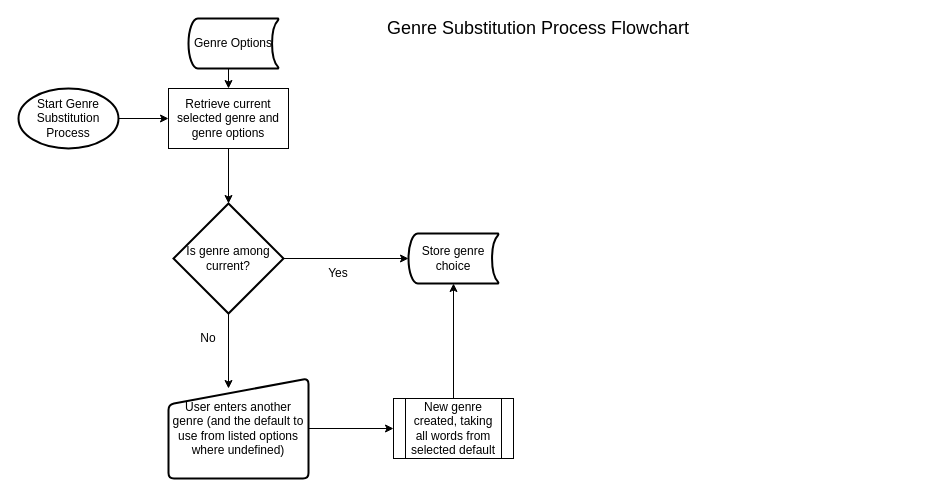
Earlier version of the draw.io diagram Phase2/Flowcharts/modgodToolset/Genre/ProjectIlmatar_phase2_GenreSubstitution_Flowchart_20210801.drawio (RPG-Research/bcirpg). Source tidied: cells renumbered, new cells numbered last; positions are measured from the earlier drawing's top-left corner, leaving out a move shared by most shapes. Both pictures are drawn from the tidied source at 100%, with x=0, y=0 at pixel (18, 18).
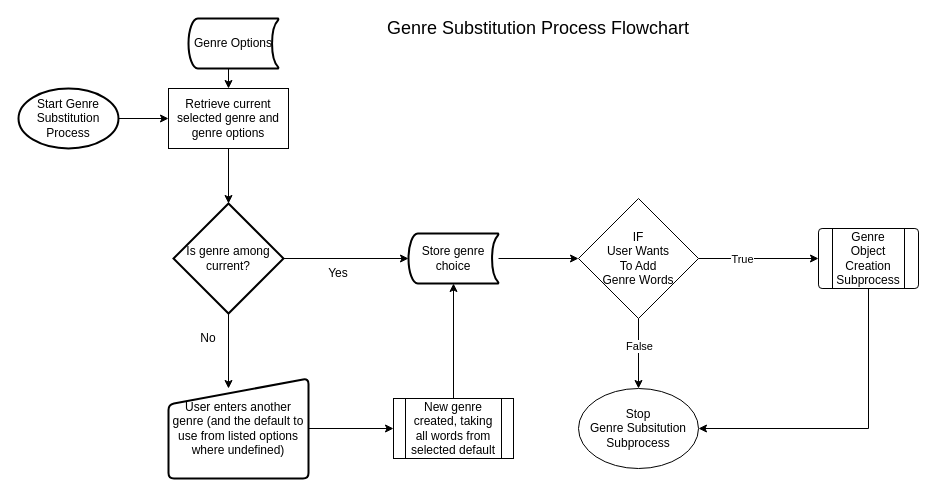
After the change.

Commit message (it also covers changes not shown here):
Flowchart Review push for Toolset wizard flowcharts

Unchanged cells that the change refers to:
```xml
<mxCell id="14" value="Store genre choice" style="strokeWidth=2;html=1;shape=mxgraph.flowchart.stored_data;whiteSpace=wrap;" parent="1" vertex="1">
  <mxGeometry x="390" y="215" width="90" height="50" as="geometry" />
</mxCell>
```

Diff of the diagram source:
```diff
@@
+    <mxCell id="19" style="edgeStyle=orthogonalEdgeStyle;rounded=0;jettySize=auto;html=1;entryX=0;entryY=0.5;entryDx=0;entryDy=0;" parent="1" edge="1" source="14" target="24">
+      <mxGeometry relative="1" as="geometry" />
+    </mxCell>
@@
+    <mxCell id="20" style="edgeStyle=orthogonalEdgeStyle;rounded=0;jettySize=auto;html=1;" parent="1" edge="1" source="24" target="26">
+      <mxGeometry relative="1" as="geometry" />
+    </mxCell>
+    <mxCell id="21" value="True" style="edgeLabel;html=1;align=center;verticalAlign=middle;" parent="20" vertex="1">
+      <mxGeometry x="-0.28" relative="1" as="geometry" />
+    </mxCell>
+    <mxCell id="22" style="edgeStyle=orthogonalEdgeStyle;rounded=0;jettySize=auto;html=1;exitX=0.5;exitY=1;exitDx=0;exitDy=0;entryX=0.5;entryY=0;entryDx=0;entryDy=0;" parent="1" edge="1" source="24" target="27">
+      <mxGeometry relative="1" as="geometry" />
+    </mxCell>
+    <mxCell id="23" value="False" style="edgeLabel;html=1;align=center;verticalAlign=middle;" parent="22" vertex="1">
+      <mxGeometry x="-0.24" relative="1" as="geometry" />
+    </mxCell>
+    <mxCell id="24" value="IF&lt;br&gt;User Wants&lt;br&gt;To Add &lt;br&gt;Genre Words" style="rhombus;whiteSpace=wrap;html=1;" parent="1" vertex="1">
+      <mxGeometry x="560" y="180" width="120" height="120" as="geometry" />
+    </mxCell>
+    <mxCell id="25" style="edgeStyle=orthogonalEdgeStyle;rounded=0;jettySize=auto;html=1;entryX=1;entryY=0.5;entryDx=0;entryDy=0;" parent="1" edge="1" source="26" target="27">
+      <mxGeometry relative="1" as="geometry">
+        <Array as="points">
+          <mxPoint x="850" y="410" />
+        </Array>
+      </mxGeometry>
+    </mxCell>
+    <mxCell id="26" value="Genre Object Creation Subprocess" style="verticalLabelPosition=middle;verticalAlign=middle;html=1;shape=process;whiteSpace=wrap;rounded=1;size=0.14;arcSize=6;labelPosition=center;align=center;" parent="1" vertex="1">
+      <mxGeometry x="800" y="210" width="100" height="60" as="geometry" />
+    </mxCell>
+    <mxCell id="27" value="Stop&lt;br&gt;Genre Subsitution&lt;br&gt;Subprocess" style="ellipse;whiteSpace=wrap;html=1;" parent="1" vertex="1">
+      <mxGeometry x="560" y="370" width="120" height="80" as="geometry" />
+    </mxCell>
```
